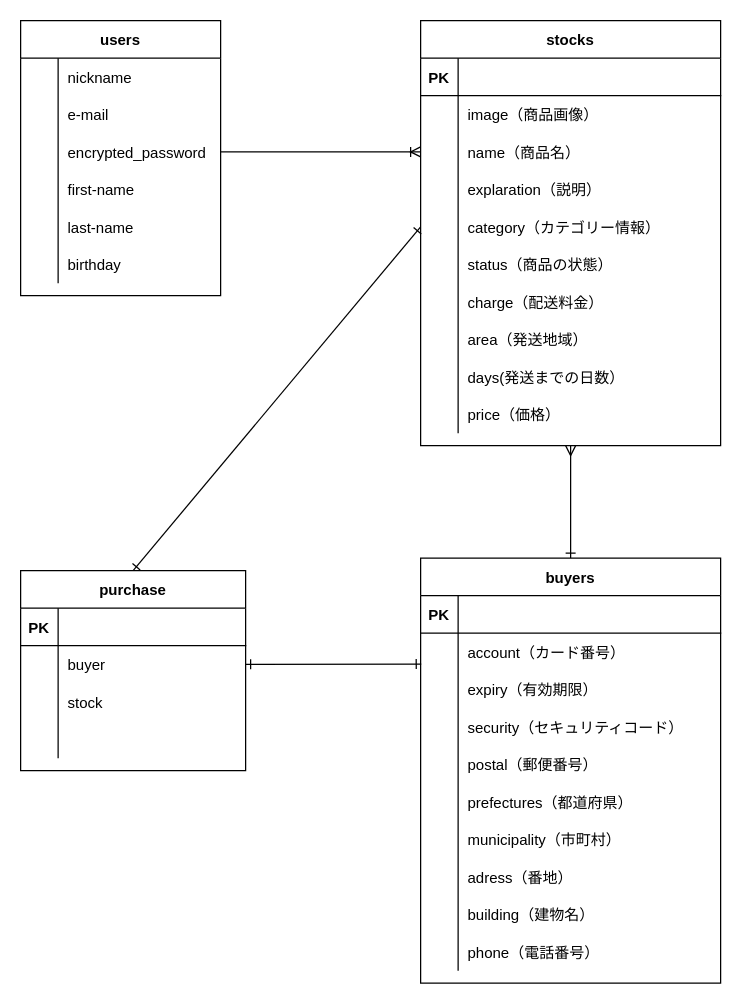
The draw.io diagram ER.dio in batasho/furima-36829, before the edit. Source tidied: cells renumbered, new cells numbered last; positions are measured from the earlier drawing's top-left corner, leaving out a move shared by most shapes. Both pictures are drawn from the tidied source at 125%, with x=0, y=0 at pixel (20, 20).
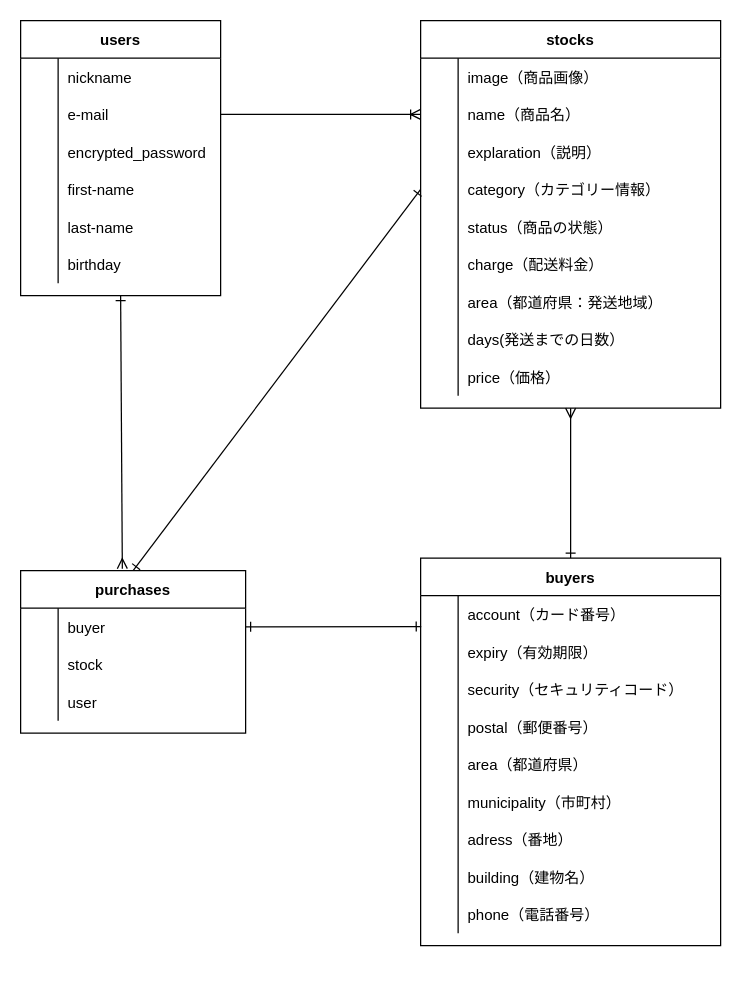
The same diagram, later.

Commit message (it also covers changes not shown here):
DB設計（ER図、READMEの修正）

The change refers to these unchanged cells:
```xml
<mxCell id="2" value="users" style="shape=table;startSize=30;childLayout=tableLayout;rowLines=0;fontStyle=1;align=center;" parent="1" vertex="1">
  <mxGeometry width="160" height="220" as="geometry" />
</mxCell>
<mxCell id="6" style="shape=partialRectangle;fillColor=none;top=0;left=0;bottom=0;right=0;points=[[0,0.5],[1,0.5]];portConstraint=eastwest;" parent="2" vertex="1">
  <mxGeometry y="60" width="160" height="30" as="geometry" />
</mxCell>
<mxCell id="9" style="shape=partialRectangle;fillColor=none;top=0;left=0;bottom=0;right=0;points=[[0,0.5],[1,0.5]];portConstraint=eastwest;" parent="2" vertex="1">
  <mxGeometry y="90" width="160" height="30" as="geometry" />
</mxCell>
```

What changed in the source:
```diff
@@
+    <mxCell id="100" style="edgeStyle=none;html=1;exitX=0.5;exitY=1;exitDx=0;exitDy=0;entryX=0.452;entryY=-0.012;entryDx=0;entryDy=0;entryPerimeter=0;startArrow=ERone;startFill=0;endArrow=ERmany;endFill=0;" parent="1" edge="1" source="2" target="86">
+      <mxGeometry relative="1" as="geometry" />
+    </mxCell>
@@
     <mxCell id="22" value="stocks" style="shape=table;startSize=30;childLayout=tableLayout;rowLines=0;fontStyle=1;align=center;" parent="1" vertex="1">
-      <mxGeometry x="320" width="240" height="340" as="geometry" />
+      <mxGeometry x="320" width="240" height="310" as="geometry" />
     </mxCell>
-    <mxCell id="23" style="shape=partialRectangle;fillColor=none;top=0;left=0;bottom=1;right=0;" parent="22" vertex="1">
-      <mxGeometry y="30" width="240" height="30" as="geometry" />
-    </mxCell>
-    <mxCell id="24" value="PK" style="shape=partialRectangle;fillColor=none;top=0;left=0;bottom=0;right=0;fontStyle=1;overflow=hidden;" parent="23" vertex="1">
-      <mxGeometry width="30" height="30" as="geometry" />
-    </mxCell>
-    <mxCell id="25" style="shape=partialRectangle;fillColor=none;top=0;left=0;bottom=0;right=0;align=left;spacingLeft=6;fontStyle=5;overflow=hidden;" parent="23" vertex="1">
-      <mxGeometry x="30" width="210" height="30" as="geometry" />
-    </mxCell>
     <mxCell id="26" style="shape=partialRectangle;fillColor=none;top=0;left=0;bottom=0;right=0;" parent="22" vertex="1">
-      <mxGeometry y="60" width="240" height="30" as="geometry" />
+      <mxGeometry y="30" width="240" height="30" as="geometry" />
     </mxCell>
@@
     <mxCell id="29" style="shape=partialRectangle;fillColor=none;top=0;left=0;bottom=0;right=0;points=[[0,0.5],[1,0.5]];portConstraint=eastwest;" parent="22" vertex="1">
-      <mxGeometry y="90" width="240" height="30" as="geometry" />
+      <mxGeometry y="60" width="240" height="30" as="geometry" />
     </mxCell>
@@
     <mxCell id="32" style="shape=partialRectangle;fillColor=none;top=0;left=0;bottom=0;right=0;" parent="22" vertex="1">
-      <mxGeometry y="120" width="240" height="30" as="geometry" />
+      <mxGeometry y="90" width="240" height="30" as="geometry" />
     </mxCell>
@@
     <mxCell id="35" style="shape=partialRectangle;fillColor=none;top=0;left=0;bottom=0;right=0;points=[[0,0.5],[1,0.5]];portConstraint=eastwest;" parent="22" vertex="1">
-      <mxGeometry y="150" width="240" height="30" as="geometry" />
+      <mxGeometry y="120" width="240" height="30" as="geometry" />
     </mxCell>
@@
     <mxCell id="38" style="shape=partialRectangle;fillColor=none;top=0;left=0;bottom=0;right=0;" parent="22" vertex="1">
-      <mxGeometry y="180" width="240" height="30" as="geometry" />
+      <mxGeometry y="150" width="240" height="30" as="geometry" />
     </mxCell>
@@
     <mxCell id="41" style="shape=partialRectangle;fillColor=none;top=0;left=0;bottom=0;right=0;" parent="22" vertex="1">
-      <mxGeometry y="210" width="240" height="30" as="geometry" />
+      <mxGeometry y="180" width="240" height="30" as="geometry" />
     </mxCell>
@@
     <mxCell id="44" style="shape=partialRectangle;fillColor=none;top=0;left=0;bottom=0;right=0;" parent="22" vertex="1">
-      <mxGeometry y="240" width="240" height="30" as="geometry" />
+      <mxGeometry y="210" width="240" height="30" as="geometry" />
     </mxCell>
@@
-    <mxCell id="46" value="area（発送地域）" style="shape=partialRectangle;fillColor=none;top=0;left=0;bottom=0;right=0;align=left;spacingLeft=6;overflow=hidden;" parent="44" vertex="1">
+    <mxCell id="46" value="area（都道府県：発送地域）" style="shape=partialRectangle;fillColor=none;top=0;left=0;bottom=0;right=0;align=left;spacingLeft=6;overflow=hidden;" parent="44" vertex="1">
       <mxGeometry x="30" width="210" height="30" as="geometry" />
     </mxCell>
     <mxCell id="47" style="shape=partialRectangle;fillColor=none;top=0;left=0;bottom=0;right=0;" parent="22" vertex="1">
-      <mxGeometry y="270" width="240" height="30" as="geometry" />
+      <mxGeometry y="240" width="240" height="30" as="geometry" />
     </mxCell>
@@
     <mxCell id="50" style="shape=partialRectangle;fillColor=none;top=0;left=0;bottom=0;right=0;" parent="22" vertex="1">
-      <mxGeometry y="300" width="240" height="30" as="geometry" />
+      <mxGeometry y="270" width="240" height="30" as="geometry" />
     </mxCell>
@@
-    <mxCell id="53" style="edgeStyle=entityRelationEdgeStyle;fontSize=12;html=1;endArrow=ERoneToMany;exitX=1;exitY=0.5;exitDx=0;exitDy=0;entryX=0;entryY=0.5;entryDx=0;entryDy=0;" parent="1" edge="1" source="9" target="29">
+    <mxCell id="53" style="edgeStyle=entityRelationEdgeStyle;fontSize=12;html=1;endArrow=ERoneToMany;exitX=1;exitY=0.5;exitDx=0;exitDy=0;entryX=0;entryY=0.5;entryDx=0;entryDy=0;" parent="1" edge="1" source="6" target="29">
       <mxGeometry relative="1" as="geometry" />
     </mxCell>
     <mxCell id="54" value="buyers" style="shape=table;startSize=30;childLayout=tableLayout;rowLines=0;fontStyle=1;align=center;" parent="1" vertex="1">
-      <mxGeometry x="320" y="430" width="240" height="340" as="geometry" />
+      <mxGeometry x="320" y="430" width="240" height="310" as="geometry" />
     </mxCell>
-    <mxCell id="55" style="shape=partialRectangle;fillColor=none;top=0;left=0;bottom=1;right=0;" parent="54" vertex="1">
-      <mxGeometry y="30" width="240" height="30" as="geometry" />
-    </mxCell>
-    <mxCell id="56" value="PK" style="shape=partialRectangle;fillColor=none;top=0;left=0;bottom=0;right=0;fontStyle=1;overflow=hidden;" parent="55" vertex="1">
-      <mxGeometry width="30" height="30" as="geometry" />
-    </mxCell>
-    <mxCell id="57" style="shape=partialRectangle;fillColor=none;top=0;left=0;bottom=0;right=0;align=left;spacingLeft=6;fontStyle=5;overflow=hidden;" parent="55" vertex="1">
-      <mxGeometry x="30" width="210" height="30" as="geometry" />
-    </mxCell>
     <mxCell id="58" style="shape=partialRectangle;fillColor=none;top=0;left=0;bottom=0;right=0;points=[[0,0.5],[1,0.5]];portConstraint=eastwest;" parent="54" vertex="1">
-      <mxGeometry y="60" width="240" height="30" as="geometry" />
+      <mxGeometry y="30" width="240" height="30" as="geometry" />
     </mxCell>
@@
     <mxCell id="61" style="shape=partialRectangle;fillColor=none;top=0;left=0;bottom=0;right=0;" parent="54" vertex="1">
-      <mxGeometry y="90" width="240" height="30" as="geometry" />
+      <mxGeometry y="60" width="240" height="30" as="geometry" />
     </mxCell>
@@
     <mxCell id="64" style="shape=partialRectangle;fillColor=none;top=0;left=0;bottom=0;right=0;" parent="54" vertex="1">
-      <mxGeometry y="120" width="240" height="30" as="geometry" />
+      <mxGeometry y="90" width="240" height="30" as="geometry" />
     </mxCell>
@@
     <mxCell id="67" style="shape=partialRectangle;fillColor=none;top=0;left=0;bottom=0;right=0;" parent="54" vertex="1">
-      <mxGeometry y="150" width="240" height="30" as="geometry" />
+      <mxGeometry y="120" width="240" height="30" as="geometry" />
     </mxCell>
@@
     <mxCell id="70" style="shape=partialRectangle;fillColor=none;top=0;left=0;bottom=0;right=0;" parent="54" vertex="1">
-      <mxGeometry y="180" width="240" height="30" as="geometry" />
+      <mxGeometry y="150" width="240" height="30" as="geometry" />
     </mxCell>
@@
-    <mxCell id="72" value="prefectures（都道府県）" style="shape=partialRectangle;fillColor=none;top=0;left=0;bottom=0;right=0;align=left;spacingLeft=6;overflow=hidden;" parent="70" vertex="1">
+    <mxCell id="72" value="area（都道府県）" style="shape=partialRectangle;fillColor=none;top=0;left=0;bottom=0;right=0;align=left;spacingLeft=6;overflow=hidden;" parent="70" vertex="1">
       <mxGeometry x="30" width="210" height="30" as="geometry" />
     </mxCell>
     <mxCell id="73" style="shape=partialRectangle;fillColor=none;top=0;left=0;bottom=0;right=0;" parent="54" vertex="1">
-      <mxGeometry y="210" width="240" height="30" as="geometry" />
+      <mxGeometry y="180" width="240" height="30" as="geometry" />
     </mxCell>
@@
     <mxCell id="76" style="shape=partialRectangle;fillColor=none;top=0;left=0;bottom=0;right=0;" parent="54" vertex="1">
-      <mxGeometry y="240" width="240" height="30" as="geometry" />
+      <mxGeometry y="210" width="240" height="30" as="geometry" />
     </mxCell>
@@
     <mxCell id="79" style="shape=partialRectangle;fillColor=none;top=0;left=0;bottom=0;right=0;" parent="54" vertex="1">
-      <mxGeometry y="270" width="240" height="30" as="geometry" />
+      <mxGeometry y="240" width="240" height="30" as="geometry" />
     </mxCell>
@@
     <mxCell id="82" style="shape=partialRectangle;fillColor=none;top=0;left=0;bottom=0;right=0;" parent="54" vertex="1">
-      <mxGeometry y="300" width="240" height="30" as="geometry" />
+      <mxGeometry y="270" width="240" height="30" as="geometry" />
     </mxCell>
@@
-    <mxCell id="86" value="purchase" style="shape=table;startSize=30;childLayout=tableLayout;rowLines=0;fontStyle=1;align=center;" parent="1" vertex="1">
-      <mxGeometry y="440" width="180" height="160" as="geometry" />
+    <mxCell id="86" value="purchases" style="shape=table;startSize=30;childLayout=tableLayout;rowLines=0;fontStyle=1;align=center;" parent="1" vertex="1">
+      <mxGeometry y="440" width="180" height="130" as="geometry" />
     </mxCell>
-    <mxCell id="87" style="shape=partialRectangle;fillColor=none;top=0;left=0;bottom=1;right=0;" parent="86" vertex="1">
-      <mxGeometry y="30" width="180" height="30" as="geometry" />
-    </mxCell>
-    <mxCell id="88" value="PK" style="shape=partialRectangle;fillColor=none;top=0;left=0;bottom=0;right=0;fontStyle=1;overflow=hidden;" parent="87" vertex="1">
-      <mxGeometry width="30" height="30" as="geometry" />
-    </mxCell>
-    <mxCell id="89" style="shape=partialRectangle;fillColor=none;top=0;left=0;bottom=0;right=0;align=left;spacingLeft=6;fontStyle=5;overflow=hidden;" parent="87" vertex="1">
-      <mxGeometry x="30" width="150" height="30" as="geometry" />
-    </mxCell>
     <mxCell id="90" style="shape=partialRectangle;fillColor=none;top=0;left=0;bottom=0;right=0;points=[[0,0.5],[1,0.5]];portConstraint=eastwest;" parent="86" vertex="1">
-      <mxGeometry y="60" width="180" height="30" as="geometry" />
+      <mxGeometry y="30" width="180" height="30" as="geometry" />
     </mxCell>
@@
     <mxCell id="93" style="shape=partialRectangle;fillColor=none;top=0;left=0;bottom=0;right=0;" parent="86" vertex="1">
-      <mxGeometry y="90" width="180" height="30" as="geometry" />
+      <mxGeometry y="60" width="180" height="30" as="geometry" />
     </mxCell>
@@
     <mxCell id="96" style="shape=partialRectangle;fillColor=none;top=0;left=0;bottom=0;right=0;" parent="86" vertex="1">
-      <mxGeometry y="120" width="180" height="30" as="geometry" />
+      <mxGeometry y="90" width="180" height="30" as="geometry" />
     </mxCell>
@@
-    <mxCell id="98" style="shape=partialRectangle;fillColor=none;top=0;left=0;bottom=0;right=0;align=left;spacingLeft=6;overflow=hidden;" parent="96" vertex="1">
+    <mxCell id="98" value="user" style="shape=partialRectangle;fillColor=none;top=0;left=0;bottom=0;right=0;align=left;spacingLeft=6;overflow=hidden;" parent="96" vertex="1">
       <mxGeometry x="30" width="150" height="30" as="geometry" />
     </mxCell>
```
